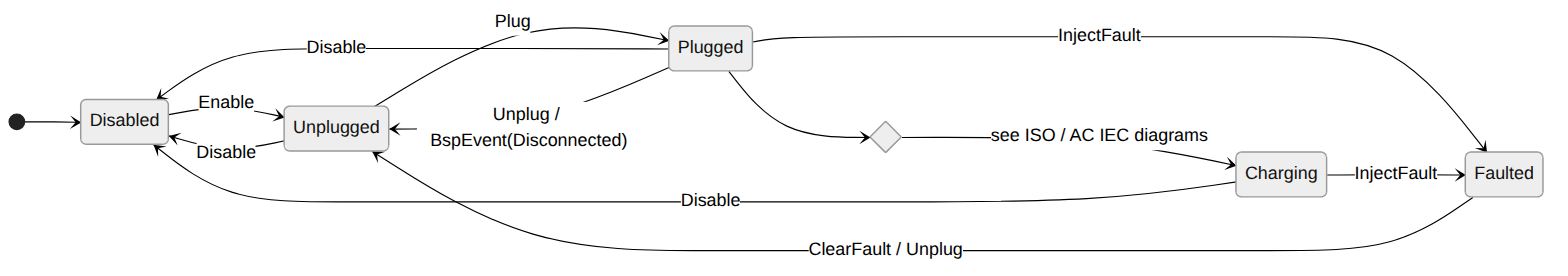
The Mermaid diagram modules/EV/EvSimulator/docs/images/state_machine_top.png in EVerest/EVerest, before a commit. Its source is kept beside it as modules/EV/EvSimulator/docs/images/state_machine_top.mmd.
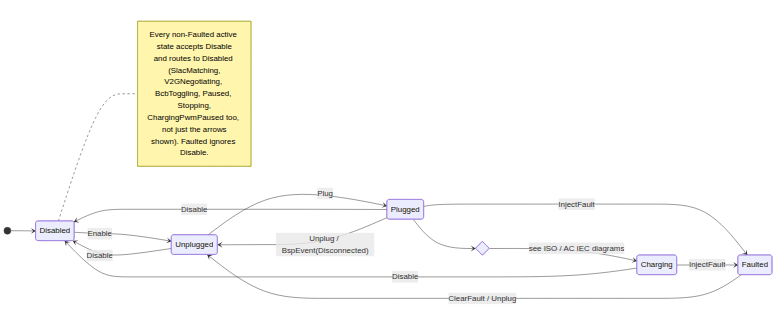
After the change.

Change to the diagram source:
```diff
@@ -18,3 +18,11 @@
     Plugged --> Faulted : InjectFault
     Charging --> Faulted : InjectFault
     Faulted --> Unplugged : ClearFault / Unplug
+
+    note right of Disabled
+        Every non-Faulted active state accepts Disable
+        and routes to Disabled (SlacMatching,
+        V2GNegotiating, BcbToggling, Paused, Stopping,
+        ChargingPwmPaused too, not just the arrows
+        shown). Faulted ignores Disable.
+    end note
```
